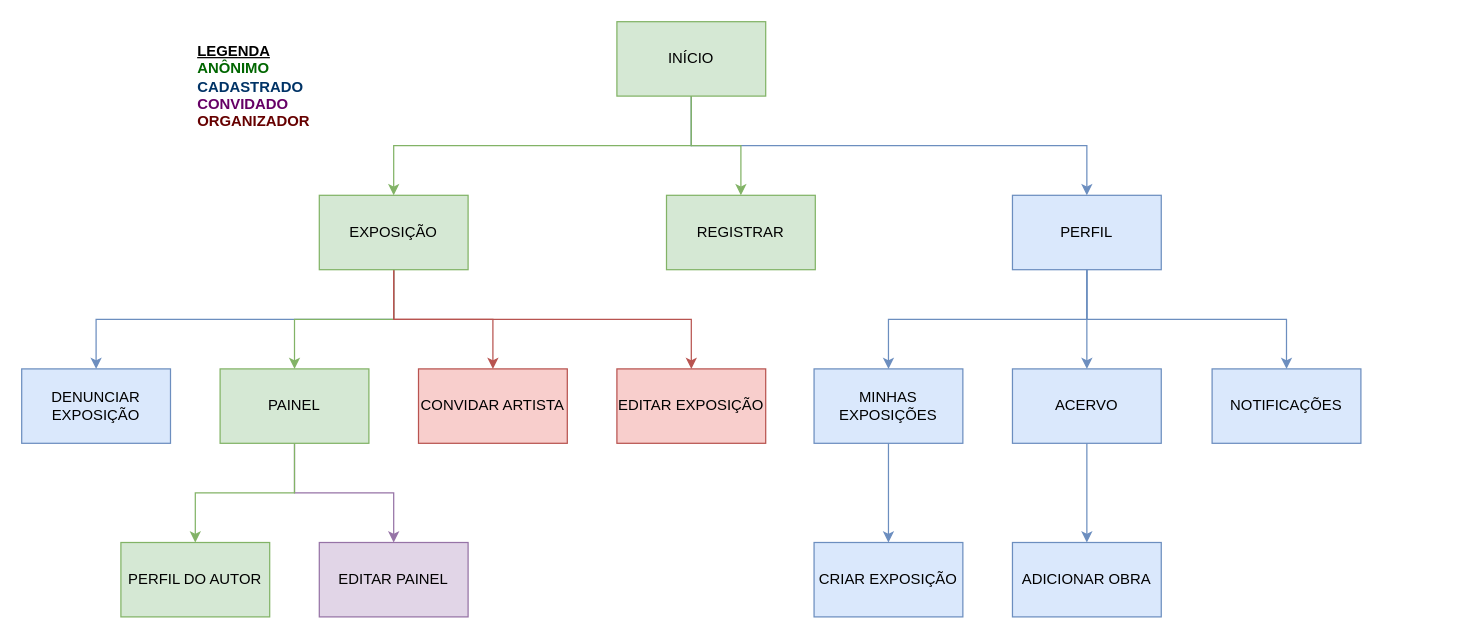
Earlier version of the draw.io diagram page "Mapa do Site" (2 of 7) of UnderExpo.drawio (GustavoDeOliveira/underexpo). Source tidied: cells renumbered, new cells numbered last; positions are measured from the earlier drawing's top-left corner, leaving out a move shared by most shapes. Both pictures are drawn from the tidied source at 124%, with x=0, y=0 at pixel (21, 21).
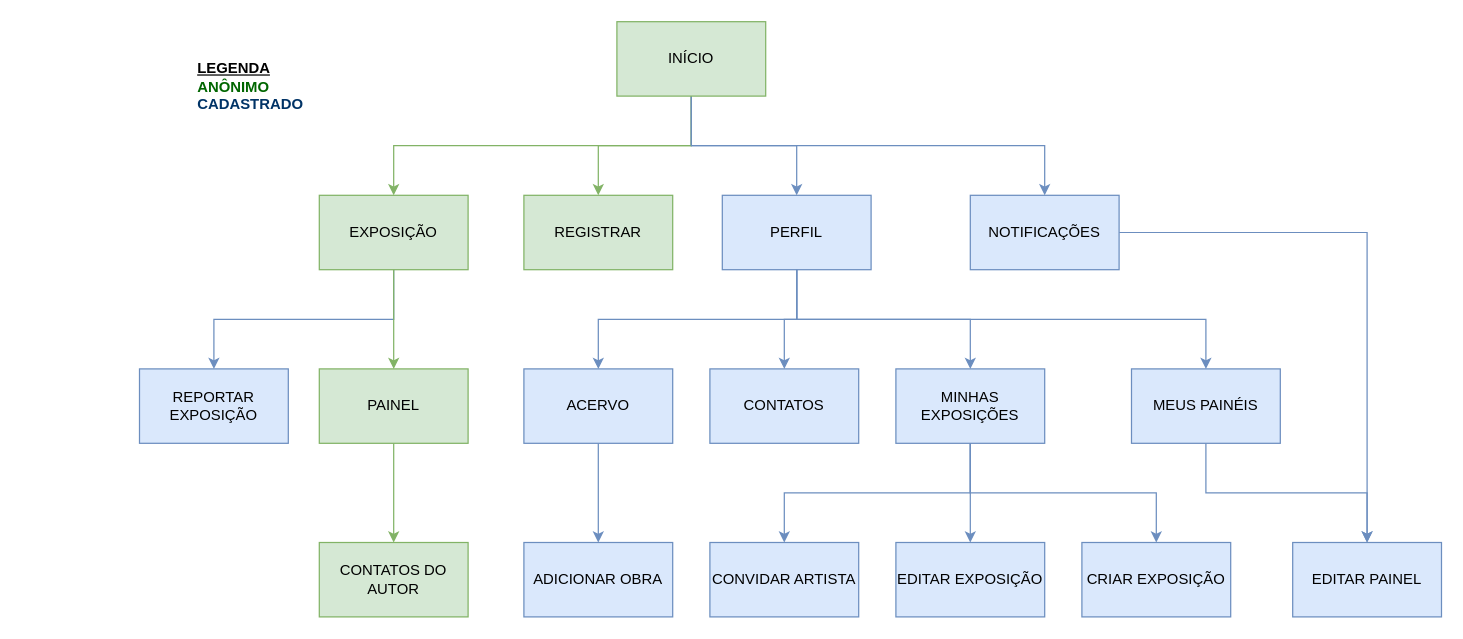
Above is the later version.

The change refers to these unchanged cells:
```xml
<mxCell id="7" value="INÍCIO" style="rounded=0;whiteSpace=wrap;html=1;fillColor=#d5e8d4;strokeColor=#82b366;" parent="1" vertex="1">
  <mxGeometry x="480" width="120" height="60" as="geometry" />
</mxCell>
<mxCell id="11" value="EXPOSIÇÃO" style="rounded=0;whiteSpace=wrap;html=1;fillColor=#d5e8d4;strokeColor=#82b366;" parent="1" vertex="1">
  <mxGeometry x="240" y="140" width="120" height="60" as="geometry" />
</mxCell>
```

What changed in the source:
```diff
@@
-    <mxCell id="6" style="edgeStyle=orthogonalEdgeStyle;rounded=0;jettySize=auto;html=1;fillColor=#dae8fc;strokeColor=#6c8ebf;exitX=0.5;exitY=1;exitDx=0;exitDy=0;" parent="1" edge="1" source="17" target="28">
+    <mxCell id="6" style="edgeStyle=orthogonalEdgeStyle;rounded=0;jettySize=auto;html=1;fillColor=#dae8fc;strokeColor=#6c8ebf;exitX=0.5;exitY=1;exitDx=0;exitDy=0;entryX=0.5;entryY=0;entryDx=0;entryDy=0;" parent="1" edge="1" source="7" target="28">
       <mxGeometry relative="1" as="geometry" />
     </mxCell>
@@
-    <mxCell id="9" style="edgeStyle=orthogonalEdgeStyle;rounded=0;jettySize=auto;html=1;exitX=0.5;exitY=1;exitDx=0;exitDy=0;fillColor=#f8cecc;strokeColor=#b85450;" parent="1" edge="1" source="11" target="21">
+    <mxCell id="9" style="edgeStyle=orthogonalEdgeStyle;rounded=0;jettySize=auto;html=1;fillColor=#dae8fc;strokeColor=#6c8ebf;exitX=0.5;exitY=1;exitDx=0;exitDy=0;entryX=0.5;entryY=0;entryDx=0;entryDy=0;" parent="1" edge="1" source="24" target="21">
       <mxGeometry relative="1" as="geometry" />
     </mxCell>
-    <mxCell id="10" style="edgeStyle=orthogonalEdgeStyle;rounded=0;jettySize=auto;html=1;exitX=0.5;exitY=1;exitDx=0;exitDy=0;fillColor=#f8cecc;strokeColor=#b85450;" parent="1" edge="1" source="11" target="27">
+    <mxCell id="10" style="edgeStyle=orthogonalEdgeStyle;rounded=0;jettySize=auto;html=1;fillColor=#dae8fc;strokeColor=#6c8ebf;exitX=0.5;exitY=1;exitDx=0;exitDy=0;entryX=0.5;entryY=0;entryDx=0;entryDy=0;" parent="1" edge="1" source="24" target="27">
       <mxGeometry relative="1" as="geometry" />
     </mxCell>
@@
-    <mxCell id="12" style="edgeStyle=orthogonalEdgeStyle;rounded=0;jettySize=auto;html=1;fillColor=#e1d5e7;strokeColor=#9673a6;exitX=0.5;exitY=1;exitDx=0;exitDy=0;" parent="1" edge="1" source="14" target="22">
+    <mxCell id="12" style="edgeStyle=orthogonalEdgeStyle;rounded=0;jettySize=auto;html=1;fillColor=#dae8fc;strokeColor=#6c8ebf;entryX=0.5;entryY=0;entryDx=0;entryDy=0;exitX=1;exitY=0.5;exitDx=0;exitDy=0;" parent="1" edge="1" source="28" target="22">
       <mxGeometry relative="1" as="geometry" />
     </mxCell>
@@
     <mxCell id="14" value="PAINEL" style="rounded=0;whiteSpace=wrap;html=1;fillColor=#d5e8d4;strokeColor=#82b366;" parent="1" vertex="1">
-      <mxGeometry x="160" y="280" width="120" height="60" as="geometry" />
+      <mxGeometry x="240" y="280" width="120" height="60" as="geometry" />
     </mxCell>
-    <mxCell id="15" style="edgeStyle=orthogonalEdgeStyle;rounded=0;jettySize=auto;html=1;fillColor=#dae8fc;strokeColor=#6c8ebf;" parent="1" edge="1" source="17" target="19">
+    <mxCell id="15" style="edgeStyle=orthogonalEdgeStyle;rounded=0;jettySize=auto;html=1;fillColor=#dae8fc;strokeColor=#6c8ebf;exitX=0.5;exitY=1;exitDx=0;exitDy=0;" parent="1" edge="1" source="17" target="19">
       <mxGeometry relative="1" as="geometry" />
     </mxCell>
@@
     <mxCell id="17" value="PERFIL" style="rounded=0;whiteSpace=wrap;html=1;fillColor=#dae8fc;strokeColor=#6c8ebf;" parent="1" vertex="1">
-      <mxGeometry x="799" y="140" width="120" height="60" as="geometry" />
+      <mxGeometry x="565" y="140" width="120" height="60" as="geometry" />
     </mxCell>
@@
     <mxCell id="19" value="ACERVO" style="rounded=0;whiteSpace=wrap;html=1;fillColor=#dae8fc;strokeColor=#6c8ebf;" parent="1" vertex="1">
-      <mxGeometry x="799" y="280" width="120" height="60" as="geometry" />
+      <mxGeometry x="405" y="280" width="120" height="60" as="geometry" />
     </mxCell>
-    <mxCell id="20" value="&lt;b&gt;&lt;br&gt;&lt;u&gt;LEGENDA&lt;/u&gt;&lt;br&gt;&lt;font color=&quot;#006600&quot;&gt;ANÔNIMO&lt;/font&gt;&lt;br&gt;&lt;font color=&quot;#003366&quot;&gt;CADASTRADO&lt;/font&gt;&lt;font color=&quot;#330000&quot;&gt;&lt;br&gt;&lt;/font&gt;&lt;font color=&quot;#660066&quot;&gt;CONVIDADO&lt;/font&gt;&lt;br&gt;&lt;font color=&quot;#660000&quot;&gt;ORGANIZADOR&lt;/font&gt;&lt;/b&gt;&lt;font color=&quot;#190033&quot;&gt;&lt;br&gt;&lt;/font&gt;" style="text;html=1;strokeColor=none;fillColor=none;align=left;verticalAlign=middle;whiteSpace=wrap;rounded=0;" parent="1" vertex="1">
+    <mxCell id="20" value="&lt;b&gt;&lt;br&gt;&lt;u&gt;LEGENDA&lt;/u&gt;&lt;br&gt;&lt;font color=&quot;#006600&quot;&gt;ANÔNIMO&lt;/font&gt;&lt;br&gt;&lt;font color=&quot;#003366&quot;&gt;CADASTRADO&lt;/font&gt;&lt;/b&gt;&lt;font color=&quot;#190033&quot;&gt;&lt;br&gt;&lt;/font&gt;" style="text;html=1;strokeColor=none;fillColor=none;align=left;verticalAlign=middle;whiteSpace=wrap;rounded=0;" parent="1" vertex="1">
       <mxGeometry x="140" width="100" height="90" as="geometry" />
     </mxCell>
-    <mxCell id="21" value="EDITAR EXPOSIÇÃO" style="rounded=0;whiteSpace=wrap;html=1;fillColor=#f8cecc;strokeColor=#b85450;" parent="1" vertex="1">
-      <mxGeometry x="480" y="280" width="120" height="60" as="geometry" />
+    <mxCell id="21" value="EDITAR EXPOSIÇÃO" style="rounded=0;whiteSpace=wrap;html=1;fillColor=#dae8fc;strokeColor=#6c8ebf;" parent="1" vertex="1">
+      <mxGeometry x="705" y="420" width="120" height="60" as="geometry" />
     </mxCell>
-    <mxCell id="22" value="EDITAR PAINEL" style="rounded=0;whiteSpace=wrap;html=1;fillColor=#e1d5e7;strokeColor=#9673a6;" parent="1" vertex="1">
-      <mxGeometry x="240" y="420" width="120" height="60" as="geometry" />
+    <mxCell id="22" value="EDITAR PAINEL" style="rounded=0;whiteSpace=wrap;html=1;fillColor=#dae8fc;strokeColor=#6c8ebf;" parent="1" vertex="1">
+      <mxGeometry x="1025" y="420" width="120" height="60" as="geometry" />
     </mxCell>
     <mxCell id="23" value="REGISTRAR" style="rounded=0;whiteSpace=wrap;html=1;fillColor=#d5e8d4;strokeColor=#82b366;" parent="1" vertex="1">
-      <mxGeometry x="520" y="140" width="120" height="60" as="geometry" />
+      <mxGeometry x="405" y="140" width="120" height="60" as="geometry" />
     </mxCell>
     <mxCell id="24" value="MINHAS EXPOSIÇÕES" style="rounded=0;whiteSpace=wrap;html=1;fillColor=#dae8fc;strokeColor=#6c8ebf;" parent="1" vertex="1">
-      <mxGeometry x="639" y="280" width="120" height="60" as="geometry" />
+      <mxGeometry x="705" y="280" width="120" height="60" as="geometry" />
     </mxCell>
@@
     <mxCell id="26" value="CRIAR EXPOSIÇÃO" style="rounded=0;whiteSpace=wrap;html=1;fillColor=#dae8fc;strokeColor=#6c8ebf;" parent="1" vertex="1">
-      <mxGeometry x="639" y="420" width="120" height="60" as="geometry" />
+      <mxGeometry x="855" y="420" width="120" height="60" as="geometry" />
     </mxCell>
-    <mxCell id="27" value="CONVIDAR ARTISTA" style="rounded=0;whiteSpace=wrap;html=1;fillColor=#f8cecc;strokeColor=#b85450;" parent="1" vertex="1">
-      <mxGeometry x="320" y="280" width="120" height="60" as="geometry" />
+    <mxCell id="27" value="CONVIDAR ARTISTA" style="rounded=0;whiteSpace=wrap;html=1;fillColor=#dae8fc;strokeColor=#6c8ebf;" parent="1" vertex="1">
+      <mxGeometry x="555" y="420" width="120" height="60" as="geometry" />
     </mxCell>
     <mxCell id="28" value="NOTIFICAÇÕES" style="rounded=0;whiteSpace=wrap;html=1;fillColor=#dae8fc;strokeColor=#6c8ebf;" parent="1" vertex="1">
-      <mxGeometry x="960" y="280" width="120" height="60" as="geometry" />
+      <mxGeometry x="765" y="140" width="120" height="60" as="geometry" />
     </mxCell>
-    <mxCell id="29" value="PERFIL DO AUTOR" style="rounded=0;whiteSpace=wrap;html=1;fillColor=#d5e8d4;strokeColor=#82b366;" parent="1" vertex="1">
-      <mxGeometry x="80" y="420" width="120" height="60" as="geometry" />
+    <mxCell id="29" value="CONTATOS DO AUTOR" style="rounded=0;whiteSpace=wrap;html=1;fillColor=#d5e8d4;strokeColor=#82b366;" parent="1" vertex="1">
+      <mxGeometry x="240" y="420" width="120" height="60" as="geometry" />
     </mxCell>
-    <mxCell id="30" value="DENUNCIAR EXPOSIÇÃO" style="whiteSpace=wrap;html=1;fillColor=#dae8fc;strokeColor=#6c8ebf;rounded=0;" parent="1" vertex="1">
-      <mxGeometry y="280" width="120" height="60" as="geometry" />
+    <mxCell id="30" value="REPORTAR EXPOSIÇÃO" style="whiteSpace=wrap;html=1;fillColor=#dae8fc;strokeColor=#6c8ebf;rounded=0;" parent="1" vertex="1">
+      <mxGeometry x="95" y="280" width="120" height="60" as="geometry" />
     </mxCell>
     <mxCell id="31" value="ADICIONAR OBRA" style="rounded=0;whiteSpace=wrap;html=1;fillColor=#dae8fc;strokeColor=#6c8ebf;" parent="1" vertex="1">
-      <mxGeometry x="799" y="420" width="120" height="60" as="geometry" />
+      <mxGeometry x="405" y="420" width="120" height="60" as="geometry" />
     </mxCell>
+    <mxCell id="32" value="CONTATOS" style="rounded=0;whiteSpace=wrap;html=1;fillColor=#dae8fc;strokeColor=#6c8ebf;" parent="1" vertex="1">
+      <mxGeometry x="555" y="280" width="120" height="60" as="geometry" />
+    </mxCell>
+    <mxCell id="33" style="edgeStyle=orthogonalEdgeStyle;rounded=0;jettySize=auto;html=1;fillColor=#dae8fc;strokeColor=#6c8ebf;exitX=0.5;exitY=1;exitDx=0;exitDy=0;entryX=0.5;entryY=0;entryDx=0;entryDy=0;" parent="1" edge="1" source="17" target="32">
+      <mxGeometry relative="1" as="geometry" />
+    </mxCell>
+    <mxCell id="34" style="edgeStyle=orthogonalEdgeStyle;rounded=0;jettySize=auto;html=1;exitX=0.5;exitY=1;exitDx=0;exitDy=0;entryX=0.5;entryY=0;entryDx=0;entryDy=0;fillColor=#dae8fc;strokeColor=#6c8ebf;" parent="1" edge="1" source="35" target="22">
+      <mxGeometry relative="1" as="geometry" />
+    </mxCell>
+    <mxCell id="35" value="MEUS PAINÉIS" style="rounded=0;whiteSpace=wrap;html=1;fillColor=#dae8fc;strokeColor=#6c8ebf;" parent="1" vertex="1">
+      <mxGeometry x="895" y="280" width="120" height="60" as="geometry" />
+    </mxCell>
+    <mxCell id="36" style="edgeStyle=orthogonalEdgeStyle;rounded=0;jettySize=auto;html=1;exitX=0.5;exitY=1;exitDx=0;exitDy=0;entryX=0.5;entryY=0;entryDx=0;entryDy=0;fillColor=#dae8fc;strokeColor=#6c8ebf;" parent="1" edge="1" source="17" target="35">
+      <mxGeometry relative="1" as="geometry" />
+    </mxCell>
```
